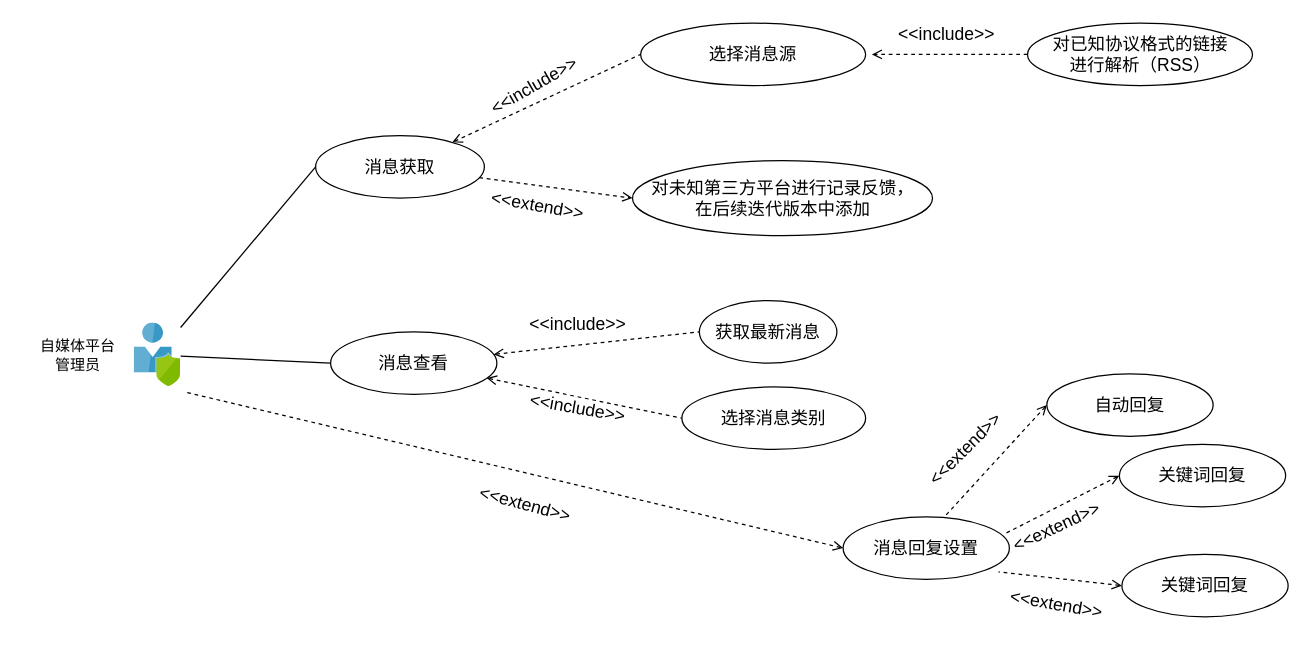
Above: 1-SoftwareRequirements/Messages/msg_usercase.drawio in zan-press/diagram (draw.io), before the change. Source tidied: cells renumbered, new cells numbered last; positions are measured from the earlier drawing's top-left corner, leaving out a move shared by most shapes. Both pictures are drawn from the tidied source at 125%, with x=0, y=0 at pixel (21, 21).
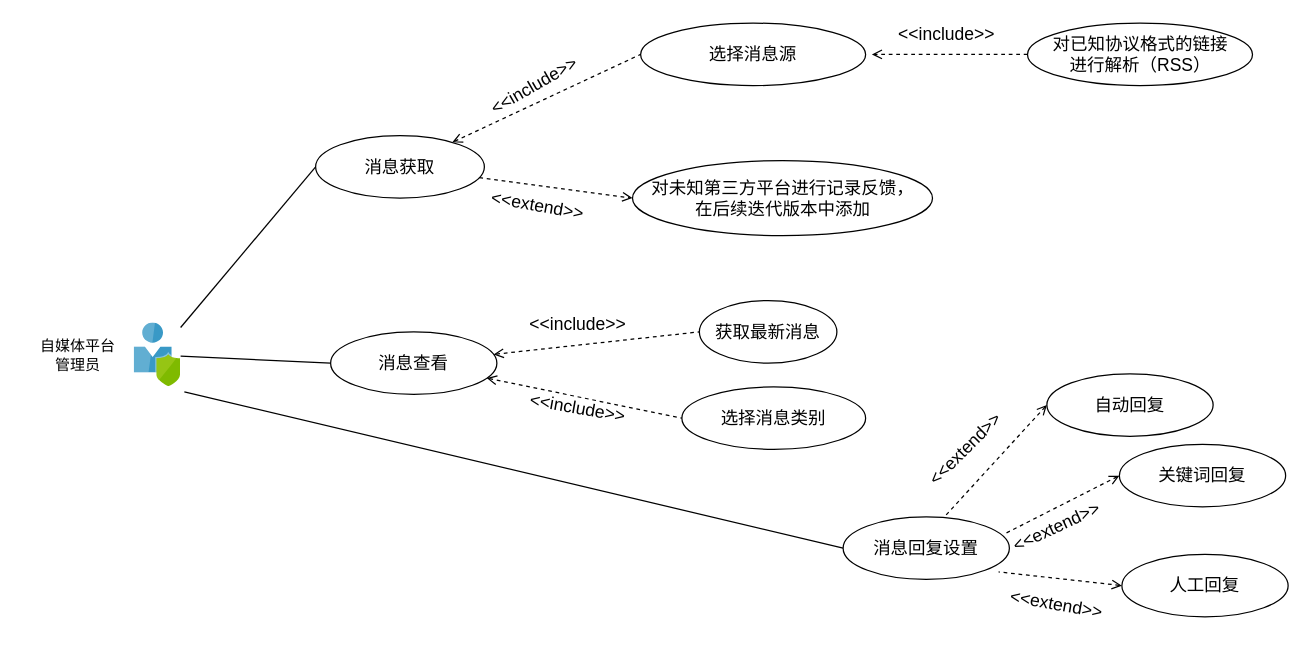
The same diagram, later.

The change refers to these unchanged cells:
```xml
<mxCell id="24" value="消息回复设置" style="ellipse;whiteSpace=wrap;html=1;fontFamily=SF Mono;fontSize=14;" parent="1" vertex="1">
  <mxGeometry x="657" y="396" width="133" height="50" as="geometry" />
</mxCell>
```

What changed in the source:
```diff
@@
-    <mxCell id="23" style="edgeStyle=none;rounded=0;jettySize=auto;html=1;exitX=0;exitY=0.5;exitDx=0;exitDy=0;endArrow=none;endFill=0;dashed=1;startArrow=open;startFill=0;" parent="1" edge="1" source="24">
+    <mxCell id="23" style="edgeStyle=none;rounded=0;jettySize=auto;html=1;exitX=0;exitY=0.5;exitDx=0;exitDy=0;endArrow=none;endFill=0;startArrow=none;startFill=0;" parent="1" edge="1" source="24">
       <mxGeometry relative="1" as="geometry">
         <mxPoint x="130" y="296" as="targetPoint" />
       </mxGeometry>
     </mxCell>
@@
-    <mxCell id="30" value="关键词回复" style="ellipse;whiteSpace=wrap;html=1;fontFamily=SF Mono;fontSize=14;" parent="1" vertex="1">
+    <mxCell id="30" value="人工回复" style="ellipse;whiteSpace=wrap;html=1;fontFamily=SF Mono;fontSize=14;" parent="1" vertex="1">
       <mxGeometry x="880" y="426" width="133" height="50" as="geometry" />
     </mxCell>
-    <mxCell id="31" value="&amp;lt;&amp;lt;extend&amp;gt;&amp;gt;" style="text;html=1;strokeColor=none;fillColor=none;align=center;verticalAlign=middle;whiteSpace=wrap;rounded=0;fontFamily=SF Mono;fontSize=14;rotation=15;" parent="1" vertex="1">
-      <mxGeometry x="353" y="376" width="100" height="20" as="geometry" />
-    </mxCell>
```
